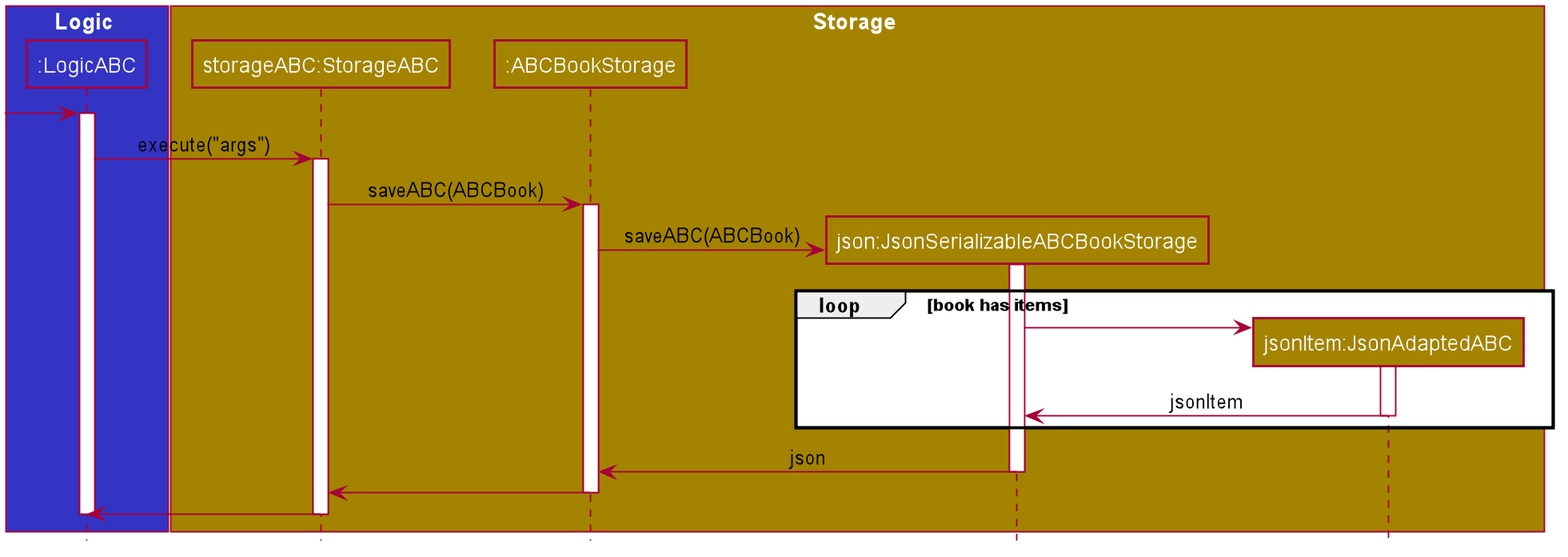
Above: docs/images/SaveStorageSequenceDiagram.png in shadowezz/Productiv (PlantUML), before the change.
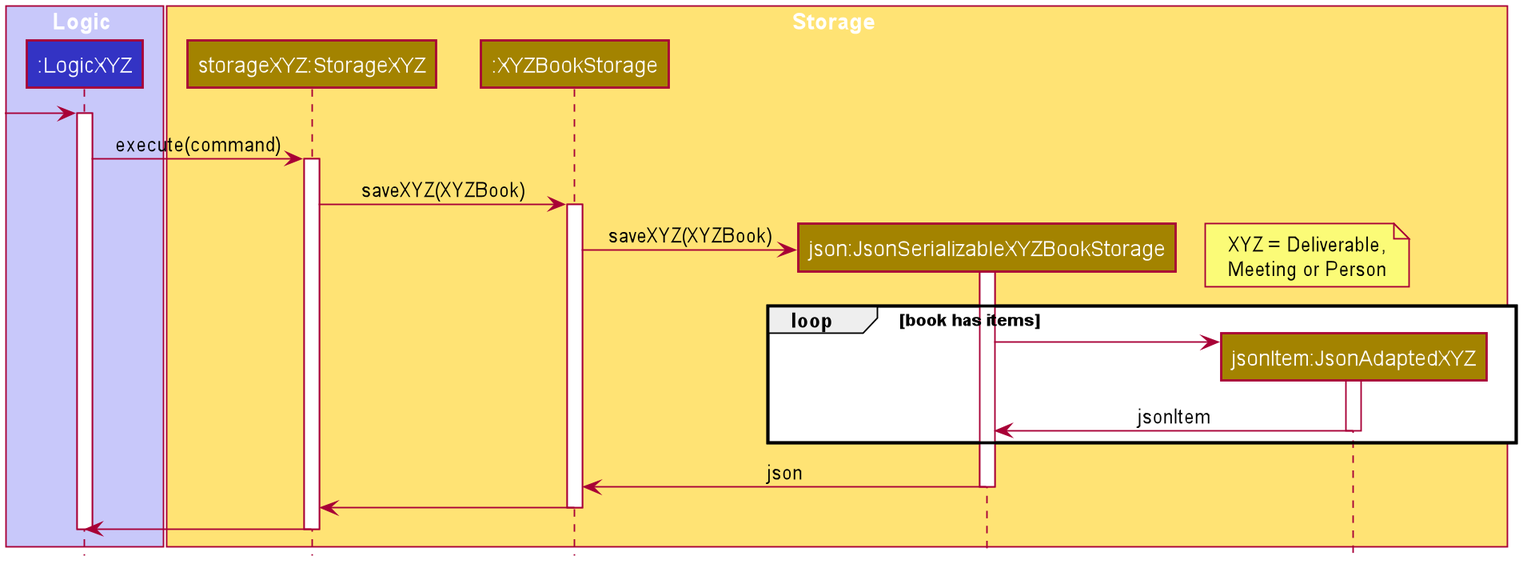
After the change.

Change to the diagram source:
```diff
@@ -50,50 +50,56 @@
 
 Scale 1.5
 
-box Logic #3333C4
-participant ":LogicABC" as LogicABC #3333C4
+box Logic #C8C8FA
+participant ":LogicXYZ" as LogicXYZ #3333C4
 end box
 
-box Storage #A38300
-participant "storageABC:StorageABC" as StorageABC #A38300
-participant ":ABCBookStorage" as ABCBookStorage #A38300
-participant "json:JsonSerializableABCBookStorage" as JsonSerializableABCBookStorage #A38300
-participant "jsonItem:JsonAdaptedABC" as JsonAdaptedABC #A38300
+box Storage #FFE374
+participant "storageXYZ:StorageXYZ" as StorageXYZ #A38300
+participant ":XYZBookStorage" as XYZBookStorage #A38300
+participant "json:JsonSerializableXYZBookStorage" as JsonSerializableXYZBookStorage #A38300
+participant "jsonItem:JsonAdaptedXYZ" as JsonAdaptedXYZ #A38300
 
 end box
 
-[-> LogicABC
-activate LogicABC
+[-> LogicXYZ
+activate LogicXYZ
 
-LogicABC -> StorageABC : execute("args")
-activate StorageABC
+LogicXYZ -> StorageXYZ : execute(command)
+activate StorageXYZ
 
-StorageABC -> ABCBookStorage : saveABC(ABCBook)
-activate ABCBookStorage
+StorageXYZ -> XYZBookStorage : saveXYZ(XYZBook)
+activate XYZBookStorage
 
-create JsonSerializableABCBookStorage
-ABCBookStorage -> JsonSerializableABCBookStorage : saveABC(ABCBook)
-activate JsonSerializableABCBookStorage
+
+create JsonSerializableXYZBookStorage
+XYZBookStorage -> JsonSerializableXYZBookStorage : saveXYZ(XYZBook)
+activate JsonSerializableXYZBookStorage
+
+Note right
+XYZ = Deliverable,
+Meeting or Person
+end Note
 
 loop book has items
-    create JsonAdaptedABC
-    JsonSerializableABCBookStorage -> JsonAdaptedABC
-    activate JsonAdaptedABC
+    create JsonAdaptedXYZ
+    JsonSerializableXYZBookStorage -> JsonAdaptedXYZ
+    activate JsonAdaptedXYZ
 
-    JsonAdaptedABC -> JsonSerializableABCBookStorage : jsonItem
-    deactivate JsonAdaptedABC
+    JsonAdaptedXYZ -> JsonSerializableXYZBookStorage : jsonItem
+    deactivate JsonAdaptedXYZ
 
 end
 
-JsonSerializableABCBookStorage -> ABCBookStorage : json
-deactivate JsonSerializableABCBookStorage
+JsonSerializableXYZBookStorage -> XYZBookStorage : json
+deactivate JsonSerializableXYZBookStorage
 
-ABCBookStorage -> StorageABC
-deactivate ABCBookStorage
+XYZBookStorage -> StorageXYZ
+deactivate XYZBookStorage
 
-StorageABC -> LogicABC
-deactivate StorageABC
+StorageXYZ -> LogicXYZ
+deactivate StorageXYZ
 
-deactivate LogicABC
+deactivate LogicXYZ
 
 @enduml
```
